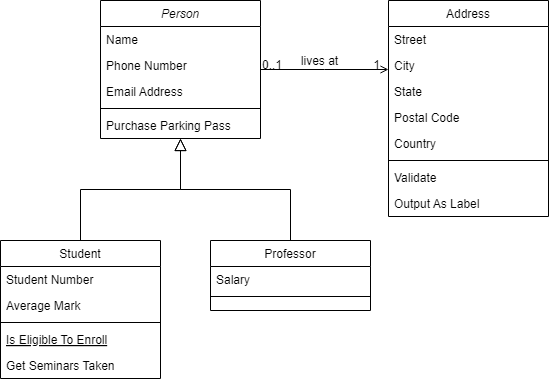
This is Diagrama de Classe.drawio.png from Hevee06/Projetos_Diagrama.oi, a draw.io export, as it was before one commit. Source tidied: cells renumbered, new cells last; positions are measured from the earlier drawing's top-left corner, leaving out a move shared by most shapes.
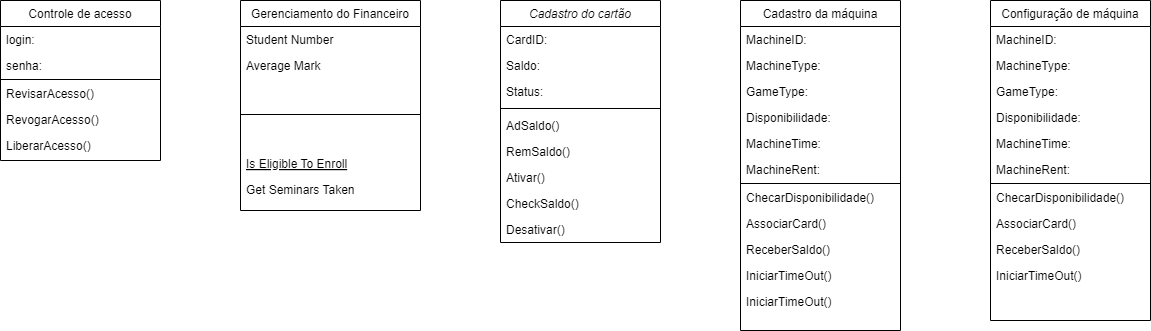
Above is the later version.

Diff of the diagram source:
```diff
@@ -2,103 +2,149 @@
   <root>
     <mxCell id="0" />
     <mxCell id="1" parent="0" />
-    <mxCell id="2" value="Person" style="swimlane;fontStyle=2;align=center;verticalAlign=top;horizontal=1;startSize=26;rounded=0;shadow=0;strokeWidth=1;" parent="1" vertex="1">
-      <mxGeometry x="100" width="160" height="138" as="geometry" />
+    <mxCell id="2" value="Cadastro do cartão" style="swimlane;fontStyle=2;align=center;verticalAlign=top;horizontal=1;startSize=26;rounded=0;shadow=0;strokeWidth=1;" parent="1" vertex="1">
+      <mxGeometry x="100" width="160" height="242" as="geometry" />
     </mxCell>
-    <mxCell id="3" value="Name" style="text;align=left;verticalAlign=top;spacingLeft=4;spacingRight=4;overflow=hidden;" parent="2" vertex="1">
+    <mxCell id="3" value="CardID:" style="text;align=left;verticalAlign=top;spacingLeft=4;spacingRight=4;overflow=hidden;" parent="2" vertex="1">
       <mxGeometry y="26" width="160" height="26" as="geometry" />
     </mxCell>
-    <mxCell id="4" value="Phone Number" style="text;align=left;verticalAlign=top;spacingLeft=4;spacingRight=4;overflow=hidden;rounded=0;shadow=0;html=0;" parent="2" vertex="1">
+    <mxCell id="4" value="Saldo:" style="text;align=left;verticalAlign=top;spacingLeft=4;spacingRight=4;overflow=hidden;rounded=0;shadow=0;html=0;" parent="2" vertex="1">
       <mxGeometry y="52" width="160" height="26" as="geometry" />
     </mxCell>
-    <mxCell id="5" value="Email Address" style="text;align=left;verticalAlign=top;spacingLeft=4;spacingRight=4;overflow=hidden;rounded=0;shadow=0;html=0;" parent="2" vertex="1">
+    <mxCell id="5" value="Status:" style="text;align=left;verticalAlign=top;spacingLeft=4;spacingRight=4;overflow=hidden;rounded=0;shadow=0;html=0;" parent="2" vertex="1">
       <mxGeometry y="78" width="160" height="26" as="geometry" />
     </mxCell>
     <mxCell id="6" style="line;html=1;strokeWidth=1;align=left;verticalAlign=middle;spacingTop=-1;spacingLeft=3;spacingRight=3;labelPosition=right;" parent="2" vertex="1">
       <mxGeometry y="104" width="160" height="8" as="geometry" />
     </mxCell>
-    <mxCell id="7" value="Purchase Parking Pass" style="text;align=left;verticalAlign=top;spacingLeft=4;spacingRight=4;overflow=hidden;" parent="2" vertex="1">
+    <mxCell id="7" value="AdSaldo()" style="text;align=left;verticalAlign=top;spacingLeft=4;spacingRight=4;overflow=hidden;" parent="2" vertex="1">
       <mxGeometry y="112" width="160" height="26" as="geometry" />
     </mxCell>
+    <mxCell id="32" value="RemSaldo()" style="text;align=left;verticalAlign=top;spacingLeft=4;spacingRight=4;overflow=hidden;" parent="2" vertex="1">
+      <mxGeometry y="138" width="160" height="26" as="geometry" />
+    </mxCell>
+    <mxCell id="33" value="Ativar()" style="text;align=left;verticalAlign=top;spacingLeft=4;spacingRight=4;overflow=hidden;" parent="2" vertex="1">
+      <mxGeometry y="164" width="160" height="26" as="geometry" />
+    </mxCell>
+    <mxCell id="34" value="CheckSaldo()" style="text;align=left;verticalAlign=top;spacingLeft=4;spacingRight=4;overflow=hidden;" parent="2" vertex="1">
+      <mxGeometry y="190" width="160" height="26" as="geometry" />
+    </mxCell>
+    <mxCell id="35" value="Desativar()" style="text;align=left;verticalAlign=top;spacingLeft=4;spacingRight=4;overflow=hidden;" parent="2" vertex="1">
+      <mxGeometry y="216" width="160" height="26" as="geometry" />
+    </mxCell>
-    <mxCell id="8" value="Student" style="swimlane;fontStyle=0;align=center;verticalAlign=top;horizontal=1;startSize=26;rounded=0;shadow=0;strokeWidth=1;" parent="1" vertex="1">
-      <mxGeometry y="240" width="160" height="138" as="geometry" />
+    <mxCell id="8" value="Gerenciamento do Financeiro" style="swimlane;fontStyle=0;align=center;verticalAlign=top;horizontal=1;startSize=26;rounded=0;shadow=0;strokeWidth=1;" parent="1" vertex="1">
+      <mxGeometry x="-160" width="180" height="210" as="geometry" />
     </mxCell>
     <mxCell id="9" value="Student Number" style="text;align=left;verticalAlign=top;spacingLeft=4;spacingRight=4;overflow=hidden;" parent="8" vertex="1">
-      <mxGeometry y="26" width="160" height="26" as="geometry" />
+      <mxGeometry y="26" width="180" height="26" as="geometry" />
     </mxCell>
     <mxCell id="10" value="Average Mark" style="text;align=left;verticalAlign=top;spacingLeft=4;spacingRight=4;overflow=hidden;rounded=0;shadow=0;html=0;" parent="8" vertex="1">
-      <mxGeometry y="52" width="160" height="26" as="geometry" />
+      <mxGeometry y="52" width="180" height="26" as="geometry" />
     </mxCell>
     <mxCell id="11" style="line;html=1;strokeWidth=1;align=left;verticalAlign=middle;spacingTop=-1;spacingLeft=3;spacingRight=3;labelPosition=right;" parent="8" vertex="1">
-      <mxGeometry y="78" width="160" height="8" as="geometry" />
+      <mxGeometry y="78" width="180" height="72" as="geometry" />
     </mxCell>
     <mxCell id="12" value="Is Eligible To Enroll" style="text;align=left;verticalAlign=top;spacingLeft=4;spacingRight=4;overflow=hidden;fontStyle=4;" parent="8" vertex="1">
-      <mxGeometry y="86" width="160" height="26" as="geometry" />
+      <mxGeometry y="150" width="180" height="26" as="geometry" />
     </mxCell>
     <mxCell id="13" value="Get Seminars Taken" style="text;align=left;verticalAlign=top;spacingLeft=4;spacingRight=4;overflow=hidden;" parent="8" vertex="1">
-      <mxGeometry y="112" width="160" height="26" as="geometry" />
+      <mxGeometry y="176" width="180" height="26" as="geometry" />
     </mxCell>
-    <mxCell id="14" style="endArrow=block;endSize=10;endFill=0;shadow=0;strokeWidth=1;rounded=0;curved=0;edgeStyle=elbowEdgeStyle;elbow=vertical;" parent="1" edge="1" source="8" target="2">
-      <mxGeometry relative="1" as="geometry" />
-    </mxCell>
-    <mxCell id="15" value="Professor" style="swimlane;fontStyle=0;align=center;verticalAlign=top;horizontal=1;startSize=26;rounded=0;shadow=0;strokeWidth=1;" parent="1" vertex="1">
-      <mxGeometry x="210" y="240" width="160" height="70" as="geometry" />
+    <mxCell id="15" value="Controle de acesso" style="swimlane;fontStyle=0;align=center;verticalAlign=top;horizontal=1;startSize=26;rounded=0;shadow=0;strokeWidth=1;" parent="1" vertex="1">
+      <mxGeometry x="-400" width="160" height="160" as="geometry" />
     </mxCell>
-    <mxCell id="16" value="Salary" style="text;align=left;verticalAlign=top;spacingLeft=4;spacingRight=4;overflow=hidden;" parent="15" vertex="1">
+    <mxCell id="16" value="login:" style="text;align=left;verticalAlign=top;spacingLeft=4;spacingRight=4;overflow=hidden;" parent="15" vertex="1">
       <mxGeometry y="26" width="160" height="26" as="geometry" />
     </mxCell>
+    <mxCell id="36" value="senha:" style="text;align=left;verticalAlign=top;spacingLeft=4;spacingRight=4;overflow=hidden;" parent="15" vertex="1">
+      <mxGeometry y="52" width="160" height="26" as="geometry" />
+    </mxCell>
     <mxCell id="17" style="line;html=1;strokeWidth=1;align=left;verticalAlign=middle;spacingTop=-1;spacingLeft=3;spacingRight=3;labelPosition=right;" parent="15" vertex="1">
-      <mxGeometry y="52" width="160" height="8" as="geometry" />
+      <mxGeometry y="78" width="160" height="2" as="geometry" />
     </mxCell>
-    <mxCell id="18" style="endArrow=block;endSize=10;endFill=0;shadow=0;strokeWidth=1;rounded=0;curved=0;edgeStyle=elbowEdgeStyle;elbow=vertical;" parent="1" edge="1" source="15" target="2">
-      <mxGeometry relative="1" as="geometry" />
-    </mxCell>
+    <mxCell id="37" value="RevisarAcesso()" style="text;align=left;verticalAlign=top;spacingLeft=4;spacingRight=4;overflow=hidden;" parent="15" vertex="1">
+      <mxGeometry y="80" width="160" height="26" as="geometry" />
+    </mxCell>
+    <mxCell id="38" value="RevogarAcesso()" style="text;align=left;verticalAlign=top;spacingLeft=4;spacingRight=4;overflow=hidden;" parent="15" vertex="1">
+      <mxGeometry y="106" width="160" height="26" as="geometry" />
+    </mxCell>
+    <mxCell id="39" value="LiberarAcesso()" style="text;align=left;verticalAlign=top;spacingLeft=4;spacingRight=4;overflow=hidden;" parent="15" vertex="1">
+      <mxGeometry y="132" width="160" height="26" as="geometry" />
+    </mxCell>
-    <mxCell id="19" value="Address" style="swimlane;fontStyle=0;align=center;verticalAlign=top;horizontal=1;startSize=26;rounded=0;shadow=0;strokeWidth=1;" parent="1" vertex="1">
-      <mxGeometry x="388" width="160" height="216" as="geometry" />
+    <mxCell id="19" value="Cadastro da máquina" style="swimlane;fontStyle=0;align=center;verticalAlign=top;horizontal=1;startSize=26;rounded=0;shadow=0;strokeWidth=1;" parent="1" vertex="1">
+      <mxGeometry x="340" width="160" height="330" as="geometry" />
     </mxCell>
-    <mxCell id="20" value="Street" style="text;align=left;verticalAlign=top;spacingLeft=4;spacingRight=4;overflow=hidden;" parent="19" vertex="1">
+    <mxCell id="20" value="MachineID:" style="text;align=left;verticalAlign=top;spacingLeft=4;spacingRight=4;overflow=hidden;" parent="19" vertex="1">
       <mxGeometry y="26" width="160" height="26" as="geometry" />
     </mxCell>
-    <mxCell id="21" value="City" style="text;align=left;verticalAlign=top;spacingLeft=4;spacingRight=4;overflow=hidden;rounded=0;shadow=0;html=0;" parent="19" vertex="1">
+    <mxCell id="21" value="MachineType:" style="text;align=left;verticalAlign=top;spacingLeft=4;spacingRight=4;overflow=hidden;rounded=0;shadow=0;html=0;" parent="19" vertex="1">
       <mxGeometry y="52" width="160" height="26" as="geometry" />
     </mxCell>
-    <mxCell id="22" value="State" style="text;align=left;verticalAlign=top;spacingLeft=4;spacingRight=4;overflow=hidden;rounded=0;shadow=0;html=0;" parent="19" vertex="1">
+    <mxCell id="22" value="GameType:" style="text;align=left;verticalAlign=top;spacingLeft=4;spacingRight=4;overflow=hidden;rounded=0;shadow=0;html=0;" parent="19" vertex="1">
       <mxGeometry y="78" width="160" height="26" as="geometry" />
     </mxCell>
-    <mxCell id="23" value="Postal Code" style="text;align=left;verticalAlign=top;spacingLeft=4;spacingRight=4;overflow=hidden;rounded=0;shadow=0;html=0;" parent="19" vertex="1">
+    <mxCell id="23" value="Disponibilidade:" style="text;align=left;verticalAlign=top;spacingLeft=4;spacingRight=4;overflow=hidden;rounded=0;shadow=0;html=0;" parent="19" vertex="1">
       <mxGeometry y="104" width="160" height="26" as="geometry" />
     </mxCell>
-    <mxCell id="24" value="Country" style="text;align=left;verticalAlign=top;spacingLeft=4;spacingRight=4;overflow=hidden;rounded=0;shadow=0;html=0;" parent="19" vertex="1">
+    <mxCell id="24" value="MachineTime:" style="text;align=left;verticalAlign=top;spacingLeft=4;spacingRight=4;overflow=hidden;rounded=0;shadow=0;html=0;" parent="19" vertex="1">
       <mxGeometry y="130" width="160" height="26" as="geometry" />
     </mxCell>
+    <mxCell id="40" value="MachineRent:" style="text;align=left;verticalAlign=top;spacingLeft=4;spacingRight=4;overflow=hidden;rounded=0;shadow=0;html=0;" parent="19" vertex="1">
+      <mxGeometry y="156" width="160" height="26" as="geometry" />
+    </mxCell>
     <mxCell id="25" style="line;html=1;strokeWidth=1;align=left;verticalAlign=middle;spacingTop=-1;spacingLeft=3;spacingRight=3;labelPosition=right;" parent="19" vertex="1">
-      <mxGeometry y="156" width="160" height="8" as="geometry" />
+      <mxGeometry y="182" width="160" height="2" as="geometry" />
     </mxCell>
-    <mxCell id="26" value="Validate" style="text;align=left;verticalAlign=top;spacingLeft=4;spacingRight=4;overflow=hidden;" parent="19" vertex="1">
-      <mxGeometry y="164" width="160" height="26" as="geometry" />
-    </mxCell>
+    <mxCell id="41" value="ChecarDisponibilidade()&#10;" style="text;align=left;verticalAlign=top;spacingLeft=4;spacingRight=4;overflow=hidden;" parent="19" vertex="1">
+      <mxGeometry y="184" width="160" height="26" as="geometry" />
+    </mxCell>
+    <mxCell id="42" value="AssociarCard()&#10;" style="text;align=left;verticalAlign=top;spacingLeft=4;spacingRight=4;overflow=hidden;" parent="19" vertex="1">
+      <mxGeometry y="210" width="160" height="26" as="geometry" />
+    </mxCell>
-    <mxCell id="27" value="Output As Label" style="text;align=left;verticalAlign=top;spacingLeft=4;spacingRight=4;overflow=hidden;" parent="19" vertex="1">
-      <mxGeometry y="190" width="160" height="26" as="geometry" />
+    <mxCell id="27" value="ReceberSaldo()&#10;" style="text;align=left;verticalAlign=top;spacingLeft=4;spacingRight=4;overflow=hidden;" parent="19" vertex="1">
+      <mxGeometry y="236" width="160" height="26" as="geometry" />
     </mxCell>
-    <mxCell id="28" style="endArrow=open;shadow=0;strokeWidth=1;rounded=0;curved=0;endFill=1;edgeStyle=elbowEdgeStyle;elbow=vertical;" parent="1" edge="1" source="2" target="19">
-      <mxGeometry x="0.5" y="41" relative="1" as="geometry">
-        <mxPoint x="-40" y="32" as="offset" />
-      </mxGeometry>
-    </mxCell>
-    <mxCell id="29" value="0..1" style="align=left;verticalAlign=bottom;labelBackgroundColor=none;fontSize=12;" parent="28" vertex="1">
-      <mxGeometry x="-1" relative="1" as="geometry">
-        <mxPoint y="4" as="offset" />
-      </mxGeometry>
-    </mxCell>
-    <mxCell id="30" value="1" style="align=right;verticalAlign=bottom;labelBackgroundColor=none;fontSize=12;" parent="28" vertex="1">
-      <mxGeometry x="1" relative="1" as="geometry">
-        <mxPoint x="-7" y="4" as="offset" />
-      </mxGeometry>
-    </mxCell>
-    <mxCell id="31" value="lives at" style="text;html=1;align=center;verticalAlign=middle;labelBackgroundColor=none;rounded=0;shadow=0;strokeWidth=1;fontSize=12;" parent="28" vertex="1">
-      <mxGeometry x="0.5" y="49" relative="1" as="geometry">
-        <mxPoint x="-38" y="40" as="offset" />
-      </mxGeometry>
-    </mxCell>
+    <mxCell id="43" value="IniciarTimeOut()&#10;" style="text;align=left;verticalAlign=top;spacingLeft=4;spacingRight=4;overflow=hidden;" parent="19" vertex="1">
+      <mxGeometry y="262" width="160" height="26" as="geometry" />
+    </mxCell>
+    <mxCell id="44" value="IniciarTimeOut()&#10;" style="text;align=left;verticalAlign=top;spacingLeft=4;spacingRight=4;overflow=hidden;" parent="19" vertex="1">
+      <mxGeometry y="288" width="160" height="26" as="geometry" />
+    </mxCell>
+    <mxCell id="45" value="Configuração de máquina" style="swimlane;fontStyle=0;align=center;verticalAlign=top;horizontal=1;startSize=26;rounded=0;shadow=0;strokeWidth=1;" parent="1" vertex="1">
+      <mxGeometry x="590" width="160" height="320" as="geometry" />
+    </mxCell>
+    <mxCell id="46" value="MachineID:" style="text;align=left;verticalAlign=top;spacingLeft=4;spacingRight=4;overflow=hidden;" parent="45" vertex="1">
+      <mxGeometry y="26" width="160" height="26" as="geometry" />
+    </mxCell>
+    <mxCell id="47" value="MachineType:" style="text;align=left;verticalAlign=top;spacingLeft=4;spacingRight=4;overflow=hidden;rounded=0;shadow=0;html=0;" parent="45" vertex="1">
+      <mxGeometry y="52" width="160" height="26" as="geometry" />
+    </mxCell>
+    <mxCell id="48" value="GameType:" style="text;align=left;verticalAlign=top;spacingLeft=4;spacingRight=4;overflow=hidden;rounded=0;shadow=0;html=0;" parent="45" vertex="1">
+      <mxGeometry y="78" width="160" height="26" as="geometry" />
+    </mxCell>
+    <mxCell id="49" value="Disponibilidade:" style="text;align=left;verticalAlign=top;spacingLeft=4;spacingRight=4;overflow=hidden;rounded=0;shadow=0;html=0;" parent="45" vertex="1">
+      <mxGeometry y="104" width="160" height="26" as="geometry" />
+    </mxCell>
+    <mxCell id="50" value="MachineTime:" style="text;align=left;verticalAlign=top;spacingLeft=4;spacingRight=4;overflow=hidden;rounded=0;shadow=0;html=0;" parent="45" vertex="1">
+      <mxGeometry y="130" width="160" height="26" as="geometry" />
+    </mxCell>
+    <mxCell id="51" value="MachineRent:" style="text;align=left;verticalAlign=top;spacingLeft=4;spacingRight=4;overflow=hidden;rounded=0;shadow=0;html=0;" parent="45" vertex="1">
+      <mxGeometry y="156" width="160" height="26" as="geometry" />
+    </mxCell>
+    <mxCell id="52" style="line;html=1;strokeWidth=1;align=left;verticalAlign=middle;spacingTop=-1;spacingLeft=3;spacingRight=3;labelPosition=right;" parent="45" vertex="1">
+      <mxGeometry y="182" width="160" height="2" as="geometry" />
+    </mxCell>
+    <mxCell id="53" value="ChecarDisponibilidade()&#10;" style="text;align=left;verticalAlign=top;spacingLeft=4;spacingRight=4;overflow=hidden;" parent="45" vertex="1">
+      <mxGeometry y="184" width="160" height="26" as="geometry" />
+    </mxCell>
+    <mxCell id="54" value="AssociarCard()&#10;" style="text;align=left;verticalAlign=top;spacingLeft=4;spacingRight=4;overflow=hidden;" parent="45" vertex="1">
+      <mxGeometry y="210" width="160" height="26" as="geometry" />
+    </mxCell>
+    <mxCell id="55" value="ReceberSaldo()&#10;" style="text;align=left;verticalAlign=top;spacingLeft=4;spacingRight=4;overflow=hidden;" parent="45" vertex="1">
+      <mxGeometry y="236" width="160" height="26" as="geometry" />
+    </mxCell>
+    <mxCell id="56" value="IniciarTimeOut()&#10;" style="text;align=left;verticalAlign=top;spacingLeft=4;spacingRight=4;overflow=hidden;" parent="45" vertex="1">
+      <mxGeometry y="262" width="160" height="26" as="geometry" />
+    </mxCell>
   </root>
 </mxGraphModel>
```
